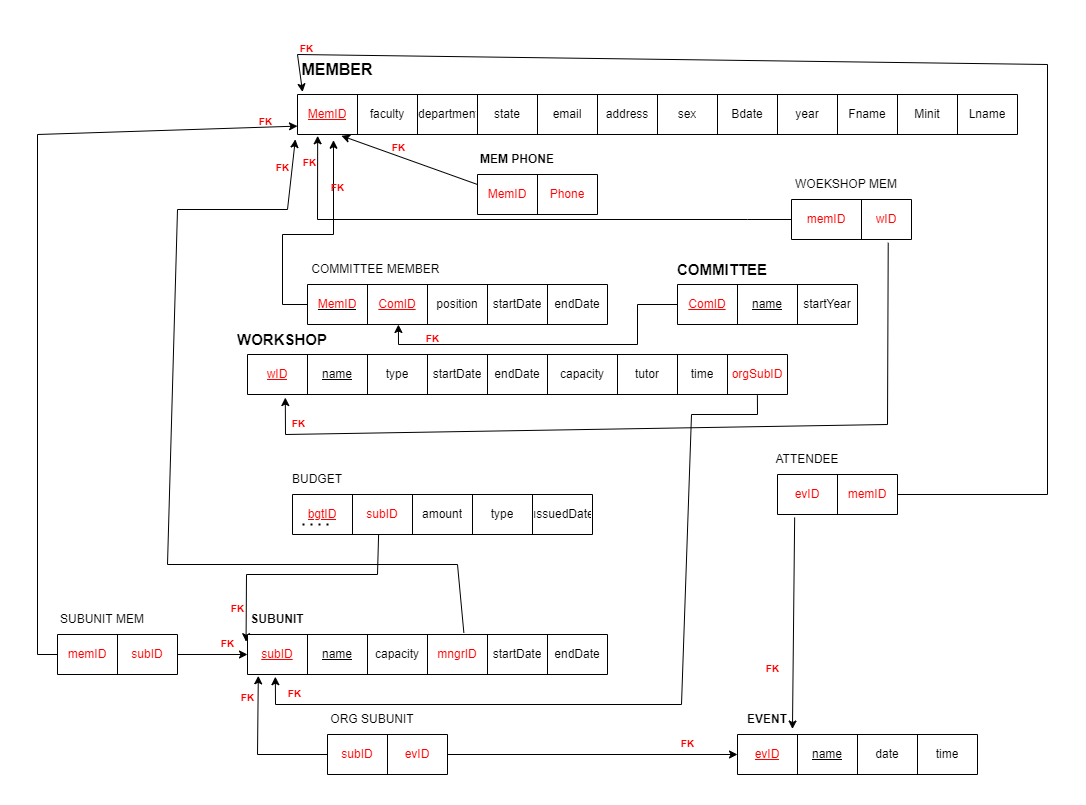
Earlier version of the draw.io export Diagrams/Schema.png (RadwanH/University-Club-Membership). Source tidied: cells renumbered, new cells last; positions are measured from the earlier drawing's top-left corner, leaving out a move shared by most shapes.
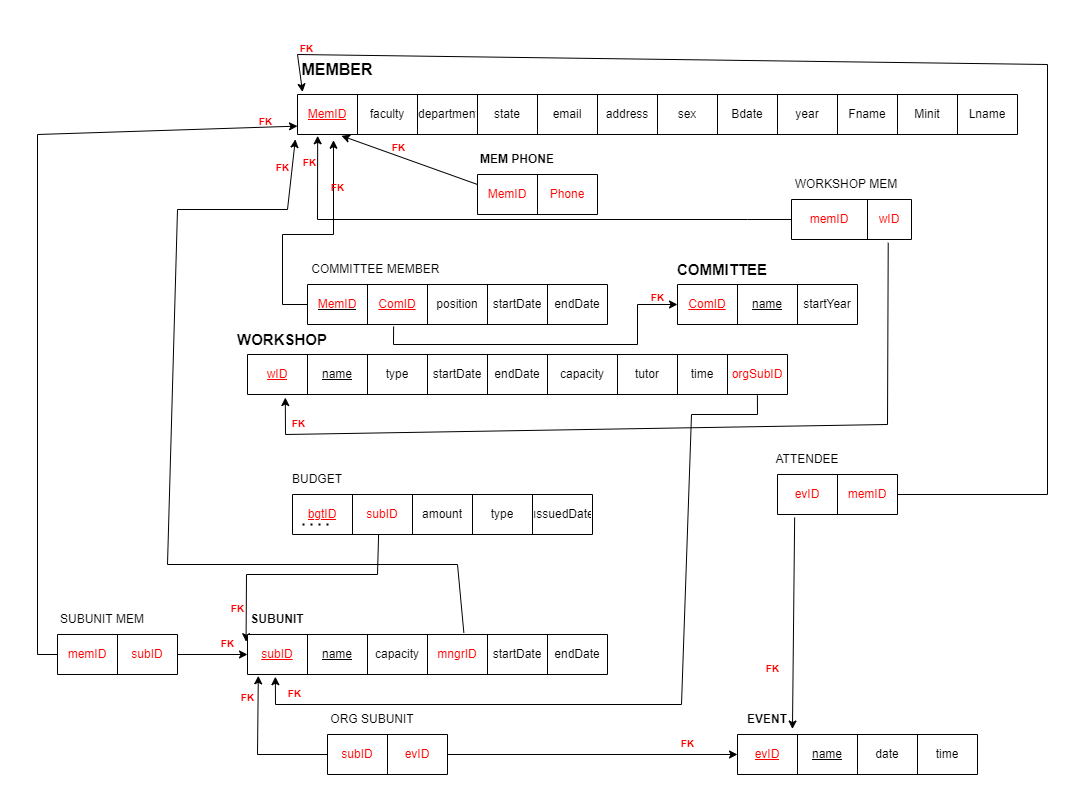
After the change.

Diff of the diagram source:
```diff
@@ -165,12 +165,12 @@
       <mxGeometry width="120" height="40" as="geometry" />
     </mxCell>
     <mxCell id="43" value="&lt;font color=&quot;#ff0000&quot;&gt;memID&lt;/font&gt;" style="shape=partialRectangle;html=1;whiteSpace=wrap;overflow=hidden;fillColor=none;top=0;left=0;bottom=0;right=0;fontColor=#000000;" parent="42" vertex="1">
-      <mxGeometry width="70" height="40" as="geometry" />
+      <mxGeometry width="76" height="40" as="geometry" />
     </mxCell>
     <mxCell id="44" value="&lt;font color=&quot;#ff0000&quot;&gt;wID&lt;/font&gt;" style="shape=partialRectangle;html=1;whiteSpace=wrap;overflow=hidden;fillColor=none;top=0;left=0;bottom=0;right=0;fontColor=#000000;" parent="42" vertex="1">
-      <mxGeometry x="70" width="50" height="40" as="geometry" />
+      <mxGeometry x="76" width="44" height="40" as="geometry" />
     </mxCell>
-    <mxCell id="45" value="&lt;span style=&quot;font-weight: normal&quot;&gt;WOEKSHOP MEM&lt;/span&gt;" style="text;html=1;strokeColor=none;fillColor=none;align=center;verticalAlign=middle;whiteSpace=wrap;rounded=0;fontColor=#000000;fontSize=12;fontStyle=1;" parent="40" vertex="1">
+    <mxCell id="45" value="&lt;span style=&quot;font-weight: normal&quot;&gt;WORKSHOP MEM&lt;/span&gt;" style="text;html=1;strokeColor=none;fillColor=none;align=center;verticalAlign=middle;whiteSpace=wrap;rounded=0;fontColor=#000000;fontSize=12;fontStyle=1;" parent="40" vertex="1">
       <mxGeometry width="110" height="30" as="geometry" />
     </mxCell>
     <mxCell id="46" style="group;fontColor=#FF0000;" parent="1" vertex="1">
@@ -411,17 +411,8 @@
     <mxCell id="120" value="&lt;span&gt;startYear&lt;/span&gt;" style="shape=partialRectangle;html=1;whiteSpace=wrap;overflow=hidden;fillColor=none;top=0;left=0;bottom=0;right=0;" parent="117" vertex="1">
       <mxGeometry x="120" width="60" height="40" as="geometry" />
     </mxCell>
-    <mxCell id="121" style="endArrow=classic;html=1;rounded=0;entryX=0.303;entryY=1;entryDx=0;entryDy=0;entryPerimeter=0;exitX=0;exitY=0.5;exitDx=0;exitDy=0;" parent="1" edge="1" source="117" target="107">
-      <mxGeometry relative="1" as="geometry">
-        <Array as="points">
-          <mxPoint x="600" y="270" />
-          <mxPoint x="600" y="310" />
-          <mxPoint x="361" y="310" />
-        </Array>
-      </mxGeometry>
-    </mxCell>
     <mxCell id="122" value="&lt;font style=&quot;font-size: 10px&quot;&gt;FK&lt;/font&gt;" style="text;strokeColor=none;fillColor=none;html=1;fontSize=24;fontStyle=1;verticalAlign=middle;align=center;fontColor=#FF0000;" parent="1" vertex="1">
-      <mxGeometry x="385" y="295" width="20" height="10" as="geometry" />
+      <mxGeometry x="610" y="254" width="20" height="10" as="geometry" />
     </mxCell>
     <mxCell id="123" style="group;" parent="1" vertex="1">
       <mxGeometry x="250" y="430" width="305" height="70" as="geometry" />
@@ -456,5 +447,14 @@
         <mxPoint x="45" y="60" as="targetPoint" />
       </mxGeometry>
     </mxCell>
+    <mxCell id="133" style="endArrow=classic;html=1;rounded=0;entryX=0;entryY=0.5;entryDx=0;entryDy=0;exitX=0.287;exitY=1.05;exitDx=0;exitDy=0;exitPerimeter=0;" parent="1" edge="1" source="107" target="117">
+      <mxGeometry relative="1" as="geometry">
+        <Array as="points">
+          <mxPoint x="356" y="310" />
+          <mxPoint x="600" y="310" />
+          <mxPoint x="600" y="270" />
+        </Array>
+      </mxGeometry>
+    </mxCell>
   </root>
 </mxGraphModel>
```
